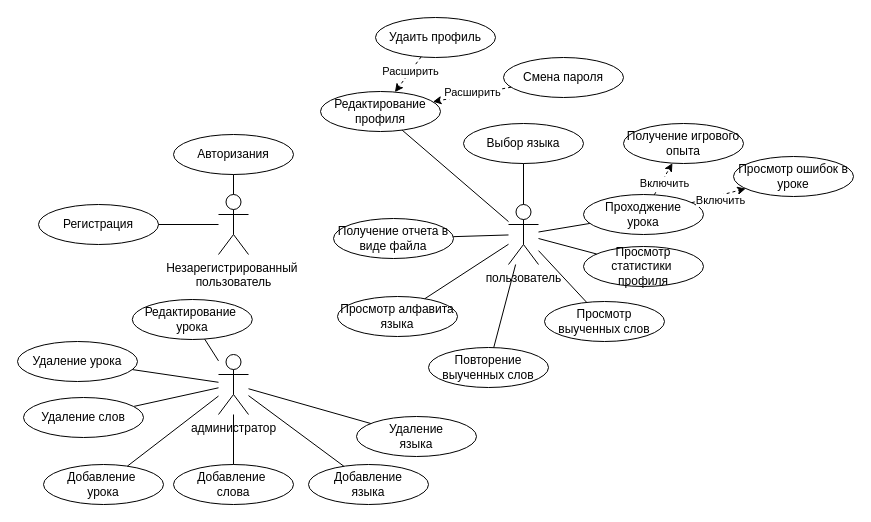
The draw.io diagram docs/КУРСАЧ/Курсач/Икбаев Рамазан/цуц.drawio in Under-The-Bridge/Talkie-Lang, before the edit. Source tidied: cells renumbered, new cells numbered last; positions are measured from the earlier drawing's top-left corner, leaving out a move shared by most shapes. Both pictures are drawn from the tidied source at 100%, with x=0, y=0 at pixel (17, 17).
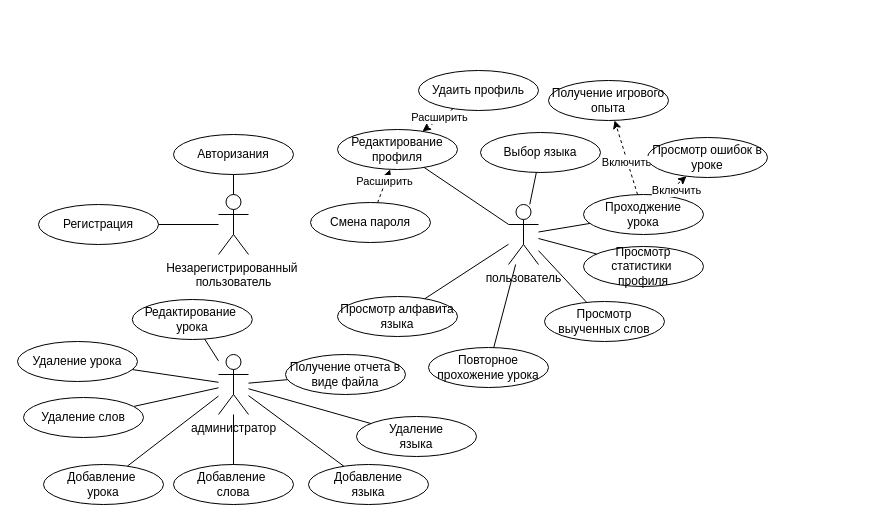
After the change.

The change refers to these unchanged cells:
```xml
<mxCell id="7" value="пользователь" style="shape=umlActor;verticalLabelPosition=bottom;verticalAlign=top;html=1;outlineConnect=0;" parent="1" vertex="1">
  <mxGeometry x="491" y="187" width="30" height="60" as="geometry" />
</mxCell>
<mxCell id="14" value="администратор" style="shape=umlActor;verticalLabelPosition=bottom;verticalAlign=top;html=1;outlineConnect=0;" parent="1" vertex="1">
  <mxGeometry x="201" y="337" width="30" height="60" as="geometry" />
</mxCell>
```

Change to the diagram source:
```diff
@@
     <mxCell id="8" value="Выбор языка" style="ellipse;whiteSpace=wrap;html=1;" parent="1" vertex="1">
-      <mxGeometry x="446" y="106" width="120" height="40" as="geometry" />
+      <mxGeometry x="463" y="115" width="120" height="40" as="geometry" />
     </mxCell>
@@
     <mxCell id="21" value="Просмотр ошибок в уроке" style="ellipse;whiteSpace=wrap;html=1;" parent="1" vertex="1">
-      <mxGeometry x="716" y="139" width="120" height="40" as="geometry" />
+      <mxGeometry x="630" y="120" width="120" height="40" as="geometry" />
     </mxCell>
-    <mxCell id="22" value="Повторение выученных слов" style="ellipse;whiteSpace=wrap;html=1;" parent="1" vertex="1">
+    <mxCell id="22" value="Повторное прохожение урока" style="ellipse;whiteSpace=wrap;html=1;" parent="1" vertex="1">
       <mxGeometry x="411" y="330" width="120" height="40" as="geometry" />
     </mxCell>
@@
     <mxCell id="26" value="Редактирование&lt;div&gt;профиля&lt;/div&gt;" style="ellipse;whiteSpace=wrap;html=1;" parent="1" vertex="1">
-      <mxGeometry x="303" y="74" width="120" height="40" as="geometry" />
+      <mxGeometry x="320" y="112" width="120" height="40" as="geometry" />
     </mxCell>
@@
     <mxCell id="28" value="Удаить профиль" style="ellipse;whiteSpace=wrap;html=1;" parent="1" vertex="1">
-      <mxGeometry x="358" width="120" height="40" as="geometry" />
+      <mxGeometry x="401" y="53" width="120" height="40" as="geometry" />
     </mxCell>
@@
     <mxCell id="31" value="Смена пароля" style="ellipse;whiteSpace=wrap;html=1;" parent="1" vertex="1">
-      <mxGeometry x="486" y="40" width="120" height="40" as="geometry" />
+      <mxGeometry x="293" y="185" width="120" height="40" as="geometry" />
     </mxCell>
@@
     <mxCell id="36" value="Получение игрового опыта" style="ellipse;whiteSpace=wrap;html=1;" parent="1" vertex="1">
-      <mxGeometry x="606" y="106" width="120" height="40" as="geometry" />
+      <mxGeometry x="531" y="63" width="120" height="40" as="geometry" />
     </mxCell>
@@
     <mxCell id="41" value="Получение отчета в виде файла" style="ellipse;whiteSpace=wrap;html=1;" parent="1" vertex="1">
-      <mxGeometry x="316" y="201" width="120" height="40" as="geometry" />
+      <mxGeometry x="268" y="337" width="120" height="40" as="geometry" />
     </mxCell>
-    <mxCell id="42" style="endArrow=none;html=1;rounded=0;" parent="1" edge="1" source="7" target="41">
+    <mxCell id="42" style="endArrow=none;html=1;rounded=0;" parent="1" edge="1" source="14" target="41">
       <mxGeometry relative="1" as="geometry" />
     </mxCell>
```
